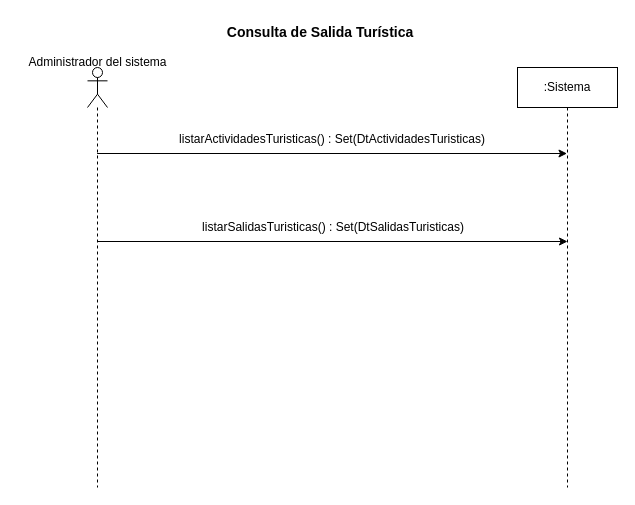
Earlier version of the draw.io diagram page "CU7_ConsultaSalidaTurística" (5 of 8) of resources/Tarea1.drawio (rofernandezm/Tencnoinf_Pap2025_Tarea1). Source tidied: cells renumbered, new cells numbered last; positions are measured from the earlier drawing's top-left corner, leaving out a move shared by most shapes. Both pictures are drawn from the tidied source at 100%, with x=0, y=0 at pixel (17, 17).
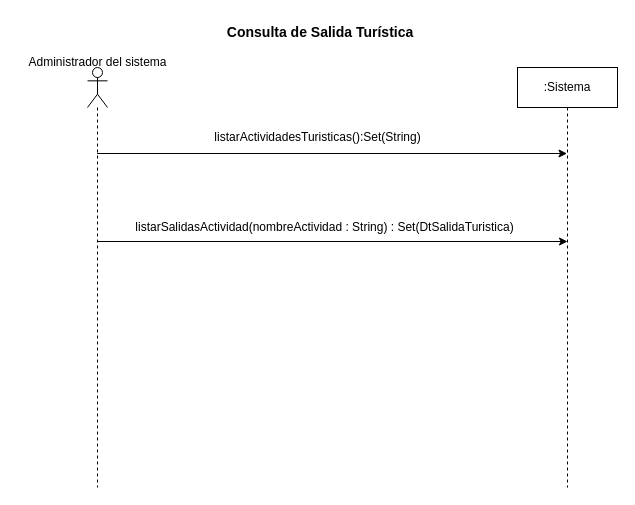
The same page after the edit.

Change to the diagram source:
```diff
@@
 <mxGraphModel>
   <root>
     <mxCell id="0" />
     <mxCell id="1" parent="0" />
     <mxCell id="2" value="Consulta de Salida Turística&amp;nbsp;" style="text;html=1;align=center;verticalAlign=middle;whiteSpace=wrap;rounded=0;fontStyle=1;fontSize=14;" parent="1" vertex="1">
       <mxGeometry x="190" width="230" height="30" as="geometry" />
     </mxCell>
     <mxCell id="3" style="endArrow=classic;html=1;rounded=0;" parent="1" edge="1">
       <mxGeometry relative="1" as="geometry">
         <mxPoint x="79.6" y="136" as="sourcePoint" />
         <mxPoint x="549.5" y="136" as="targetPoint" />
       </mxGeometry>
     </mxCell>
     <mxCell id="4" style="shape=umlLifeline;perimeter=lifelinePerimeter;whiteSpace=wrap;html=1;newEdgeStyle={&quot;curved&quot;:0,&quot;rounded&quot;:0};participant=umlActor;" parent="1" vertex="1">
       <mxGeometry x="70" y="50" width="20" height="420" as="geometry" />
     </mxCell>
     <mxCell id="5" value=":Sistema" style="shape=umlLifeline;perimeter=lifelinePerimeter;whiteSpace=wrap;html=1;newEdgeStyle={&quot;curved&quot;:0,&quot;rounded&quot;:0};" parent="1" vertex="1">
       <mxGeometry x="500" y="50" width="100" height="420" as="geometry" />
     </mxCell>
     <mxCell id="6" value="Administrador del sistema" style="text;html=1;align=center;verticalAlign=middle;strokeColor=none;fillColor=none;" parent="1" vertex="1">
       <mxGeometry y="30" width="160" height="30" as="geometry" />
     </mxCell>
-    <mxCell id="7" value="listarActividadesTuristicas() : Set(DtActividadesTuristicas)" style="text;html=1;align=center;verticalAlign=middle;whiteSpace=wrap;rounded=0;" parent="1" vertex="1">
-      <mxGeometry x="145" y="107" width="340" height="30" as="geometry" />
-    </mxCell>
     <mxCell id="8" style="endArrow=classic;html=1;rounded=0;" parent="1" edge="1">
       <mxGeometry relative="1" as="geometry">
         <mxPoint x="80.1" y="224" as="sourcePoint" />
         <mxPoint x="550" y="224" as="targetPoint" />
       </mxGeometry>
     </mxCell>
-    <mxCell id="9" value="listarSalidasTuristicas() : Set(DtSalidasTuristicas)" style="text;html=1;align=center;verticalAlign=middle;whiteSpace=wrap;rounded=0;" parent="1" vertex="1">
-      <mxGeometry x="145.5" y="195" width="340" height="30" as="geometry" />
-    </mxCell>
+    <mxCell id="10" value="&lt;span style=&quot;text-wrap-mode: wrap;&quot;&gt;listarActividadesTuristicas&lt;/span&gt;():Set(String)" style="text;html=1;align=center;verticalAlign=middle;strokeColor=none;fillColor=none;" parent="1" vertex="1">
+      <mxGeometry x="185" y="105" width="230" height="30" as="geometry" />
+    </mxCell>
+    <mxCell id="11" value="listarSalidasActividad(nombreActividad : String) : Set(DtSalidaTuristica)" style="text;html=1;align=center;verticalAlign=middle;strokeColor=none;fillColor=none;" parent="1" vertex="1">
+      <mxGeometry x="107" y="195" width="400" height="30" as="geometry" />
+    </mxCell>
   </root>
 </mxGraphModel>
```
